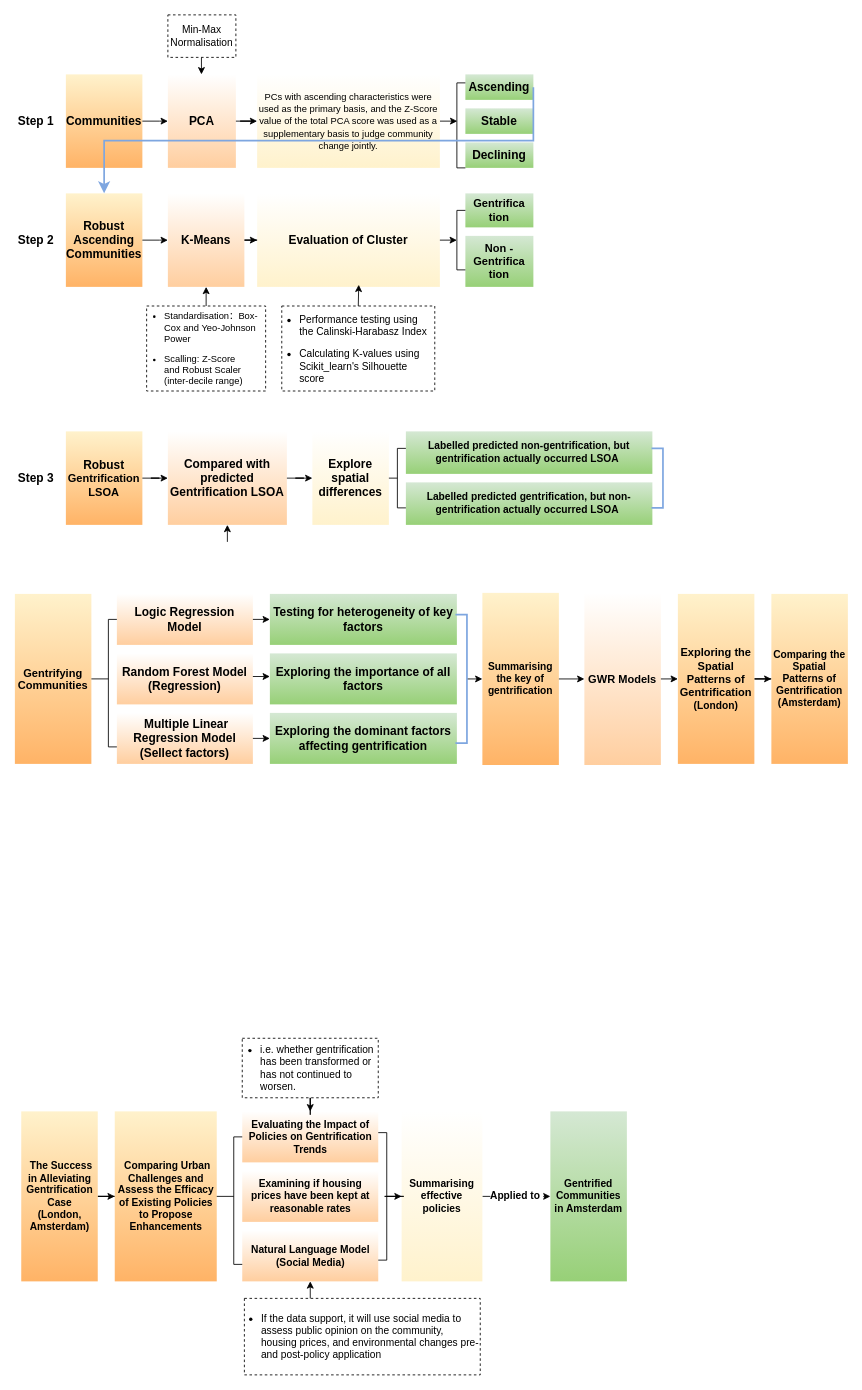
Above: Proposal Diagram.drawio in CindyZ123/case_test (draw.io), before the change. Source tidied: cells renumbered, new cells numbered last; positions are measured from the earlier drawing's top-left corner, leaving out a move shared by most shapes. Both pictures are drawn from the tidied source at 85%, with x=0, y=0 at pixel (14, 14).
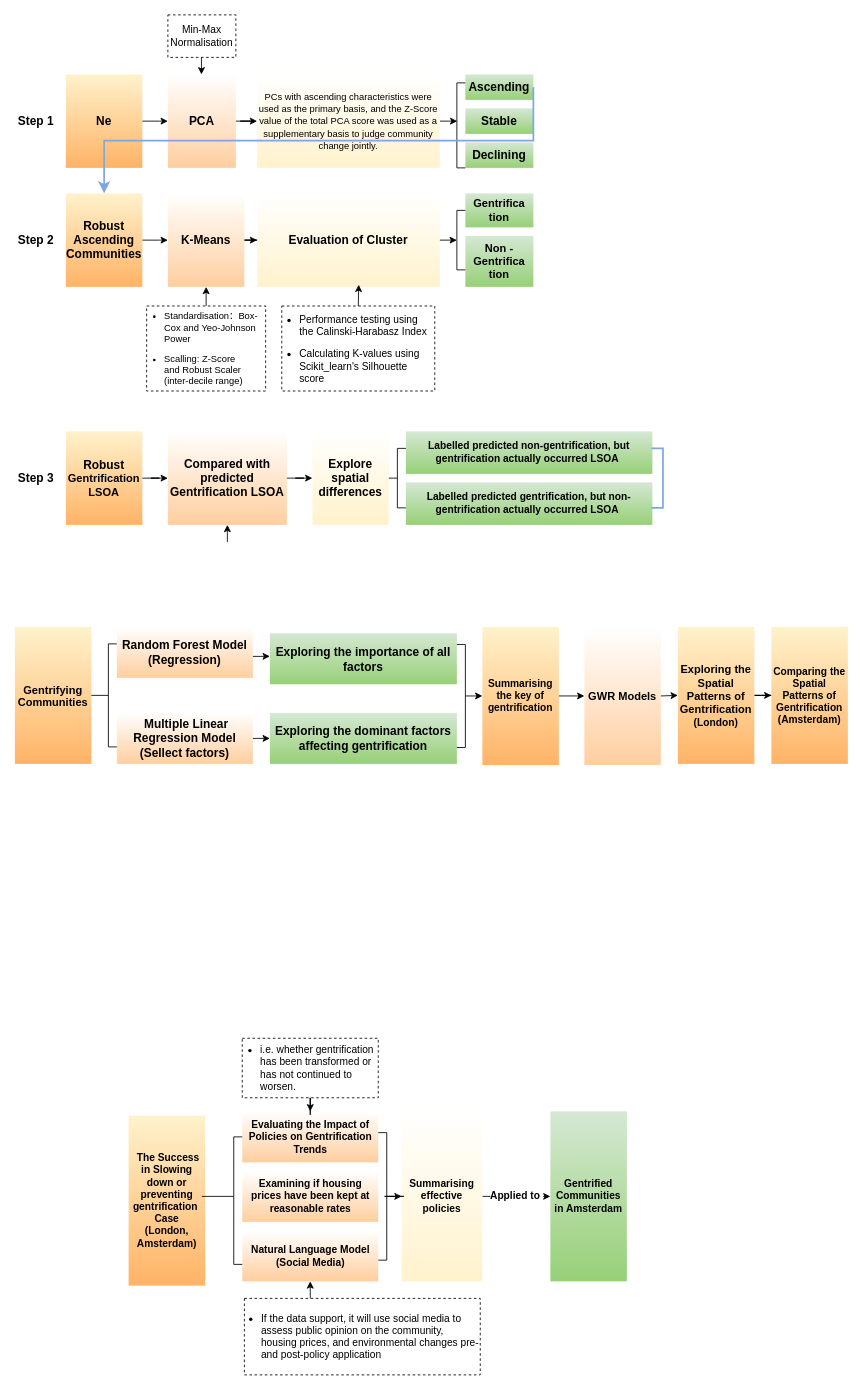
The same page after the edit.

Change to the diagram source:
```diff
@@
-    <mxCell id="5" value="&lt;span style=&quot;font-size: 14px;&quot;&gt;&lt;b&gt;Communities&lt;/b&gt;&lt;/span&gt;" style="rounded=0;whiteSpace=wrap;html=1;fillColor=#fff2cc;strokeColor=none;gradientColor=#FFB366;" parent="1" vertex="1">
+    <mxCell id="5" value="&lt;span style=&quot;font-size: 14px;&quot;&gt;&lt;b&gt;Ne&lt;/b&gt;&lt;/span&gt;" style="rounded=0;whiteSpace=wrap;html=1;fillColor=#fff2cc;strokeColor=none;gradientColor=#FFB366;" parent="1" vertex="1">
       <mxGeometry x="60" y="70" width="90" height="110" as="geometry" />
     </mxCell>
@@
     <mxCell id="42" value="&lt;font style=&quot;&quot;&gt;&lt;b style=&quot;border-color: var(--border-color); font-size: 13px;&quot;&gt;&lt;br style=&quot;border-color: var(--border-color);&quot;&gt;Gentrifying Communities&lt;br style=&quot;border-color: var(--border-color);&quot;&gt;&lt;/b&gt;&lt;br&gt;&lt;/font&gt;" style="rounded=0;whiteSpace=wrap;html=1;fillColor=#fff2cc;strokeColor=none;gradientColor=#FFB366;" parent="1" vertex="1">
-      <mxGeometry y="681.2" width="90" height="200" as="geometry" />
+      <mxGeometry y="720" width="90" height="161.2" as="geometry" />
     </mxCell>
-    <mxCell id="43" value="&lt;span style=&quot;font-size: 14px;&quot;&gt;&lt;b&gt;Logic Regression Model&lt;/b&gt;&lt;/span&gt;" style="whiteSpace=wrap;html=1;fillColor=#FFFFFF;strokeColor=none;rounded=0;gradientColor=#FFCE9F;" parent="1" vertex="1">
-      <mxGeometry x="120" y="681.2" width="160" height="60" as="geometry" />
-    </mxCell>
-    <mxCell id="44" value="&lt;b style=&quot;border-color: var(--border-color);&quot;&gt;&lt;font style=&quot;border-color: var(--border-color); font-size: 14px;&quot;&gt;Testing for heterogeneity of key factors&lt;/font&gt;&lt;/b&gt;" style="rounded=0;whiteSpace=wrap;html=1;fillColor=#D5E8D4;strokeColor=none;gradientColor=#97D077;" parent="1" vertex="1">
-      <mxGeometry x="300" y="681.2" width="220" height="60" as="geometry" />
-    </mxCell>
@@
     <mxCell id="46" style="strokeWidth=1;html=1;shape=mxgraph.flowchart.annotation_1;align=left;" parent="1" vertex="1">
-      <mxGeometry x="110" y="711.2" width="10" height="150" as="geometry" />
+      <mxGeometry x="110" y="740" width="10" height="121.2" as="geometry" />
     </mxCell>
     <mxCell id="47" style="line;strokeWidth=1;html=1;" parent="1" vertex="1">
-      <mxGeometry x="90" y="776.2" width="20" height="10" as="geometry" />
+      <mxGeometry x="90" y="795.6" width="20" height="10" as="geometry" />
     </mxCell>
-    <mxCell id="48" style="endArrow=classic;html=1;rounded=0;exitX=1;exitY=0.5;exitDx=0;exitDy=0;entryX=0;entryY=0.5;entryDx=0;entryDy=0;" parent="1" edge="1" source="43" target="44">
-      <mxGeometry relative="1" as="geometry" />
-    </mxCell>
@@
     <mxCell id="51" value="&lt;b&gt;&lt;font style=&quot;font-size: 13px;&quot;&gt;GWR Models&lt;/font&gt;&lt;/b&gt;" style="whiteSpace=wrap;html=1;fillColor=#FFFFFF;strokeColor=none;rounded=0;gradientColor=#FFCE9F;" parent="1" vertex="1">
-      <mxGeometry x="670" y="680" width="90" height="202.5" as="geometry" />
+      <mxGeometry x="670" y="720" width="90" height="162.5" as="geometry" />
     </mxCell>
@@
-    <mxCell id="53" style="edgeStyle=orthogonalEdgeStyle;rounded=0;jettySize=auto;html=1;exitX=0.5;exitY=1;exitDx=0;exitDy=0;entryX=0;entryY=0.5;entryDx=0;entryDy=0;" parent="1" edge="1" source="54" target="58">
+    <mxCell id="53" style="edgeStyle=orthogonalEdgeStyle;rounded=0;jettySize=auto;html=1;exitX=0;exitY=0.5;exitDx=0;exitDy=0;entryX=0;entryY=0.5;entryDx=0;entryDy=0;exitPerimeter=0;" parent="1" edge="1" source="81" target="58">
       <mxGeometry relative="1" as="geometry" />
     </mxCell>
-    <mxCell id="54" style="shape=partialRectangle;whiteSpace=wrap;html=1;bottom=1;right=1;left=1;top=0;fillColor=none;routingCenterX=-0.5;rotation=-90;strokeColor=#7EA6E0;strokeWidth=2;" parent="1" vertex="1">
-      <mxGeometry x="450" y="775" width="151.2" height="12.5" as="geometry" />
-    </mxCell>
     <mxCell id="55" value="&lt;span style=&quot;font-size: 14px;&quot;&gt;&lt;b&gt;Random Forest Model&lt;br&gt;(Regression)&lt;br&gt;&lt;/b&gt;&lt;/span&gt;" style="whiteSpace=wrap;html=1;fillColor=#FFFFFF;strokeColor=none;rounded=0;gradientColor=#FFCE9F;" parent="1" vertex="1">
-      <mxGeometry x="120" y="751.2" width="160" height="60" as="geometry" />
+      <mxGeometry x="120" y="720" width="160" height="60" as="geometry" />
     </mxCell>
     <mxCell id="56" value="&lt;span style=&quot;font-size: 14px;&quot;&gt;&lt;b&gt;Exploring the importance of all factors&lt;/b&gt;&lt;/span&gt;" style="rounded=0;whiteSpace=wrap;html=1;fillColor=#D5E8D4;strokeColor=none;gradientColor=#97D077;" parent="1" vertex="1">
-      <mxGeometry x="300" y="751.2" width="220" height="60" as="geometry" />
+      <mxGeometry x="300" y="727.5" width="220" height="60" as="geometry" />
     </mxCell>
     <mxCell id="57" style="endArrow=classic;html=1;rounded=0;exitX=1;exitY=0.5;exitDx=0;exitDy=0;entryX=0;entryY=0.5;entryDx=0;entryDy=0;" parent="1" edge="1">
       <mxGeometry relative="1" as="geometry">
-        <mxPoint x="280" y="778.4" as="sourcePoint" />
-        <mxPoint x="300" y="778.4" as="targetPoint" />
+        <mxPoint x="280" y="754.7" as="sourcePoint" />
+        <mxPoint x="300" y="754.7" as="targetPoint" />
       </mxGeometry>
     </mxCell>
     <mxCell id="58" value="&lt;font style=&quot;&quot;&gt;&lt;b&gt;Summarising the key of gentrification&lt;/b&gt;&lt;br&gt;&lt;/font&gt;" style="rounded=0;whiteSpace=wrap;html=1;fillColor=#fff2cc;strokeColor=none;gradientColor=#FFB366;" parent="1" vertex="1">
-      <mxGeometry x="550" y="680" width="90" height="202.5" as="geometry" />
+      <mxGeometry x="550" y="720" width="90" height="162.5" as="geometry" />
     </mxCell>
@@
     <mxCell id="60" value="&lt;font style=&quot;&quot;&gt;&lt;b&gt;&lt;span style=&quot;border-color: var(--border-color);&quot;&gt;&lt;font style=&quot;border-color: var(--border-color); font-size: 13px;&quot;&gt;Exploring the Spatial Patterns of Gentrification&lt;br&gt;&lt;/font&gt;&lt;/span&gt;(London)&lt;/b&gt;&lt;br&gt;&lt;/font&gt;" style="rounded=0;whiteSpace=wrap;html=1;fillColor=#fff2cc;strokeColor=none;gradientColor=#FFB366;" parent="1" vertex="1">
-      <mxGeometry x="780" y="681.2" width="90" height="200" as="geometry" />
+      <mxGeometry x="780" y="720" width="90" height="161.2" as="geometry" />
     </mxCell>
@@
     <mxCell id="63" value="&lt;b&gt;Comparing the Spatial Patterns of Gentrification&lt;br&gt;(Amsterdam)&lt;/b&gt;" style="whiteSpace=wrap;html=1;fillColor=#fff2cc;strokeColor=none;rounded=0;gradientColor=#FFB366;" parent="1" vertex="1">
-      <mxGeometry x="890" y="681.2" width="90" height="200" as="geometry" />
+      <mxGeometry x="890" y="720" width="90" height="161.2" as="geometry" />
     </mxCell>
-    <mxCell id="64" style="edgeStyle=orthogonalEdgeStyle;rounded=0;jettySize=auto;html=1;" parent="1" edge="1" source="65" target="66">
-      <mxGeometry relative="1" as="geometry" />
-    </mxCell>
-    <mxCell id="65" value="&lt;font style=&quot;&quot;&gt;&lt;b&gt;&amp;nbsp;The Success in Alleviating Gentrification Case&lt;br&gt;(London, Amsterdam)&lt;/b&gt;&lt;br&gt;&lt;/font&gt;" style="rounded=0;whiteSpace=wrap;html=1;fillColor=#fff2cc;strokeColor=none;gradientColor=#FFB366;" parent="1" vertex="1">
-      <mxGeometry x="7.5" y="1290" width="90" height="200" as="geometry" />
+    <mxCell id="65" value="&lt;font style=&quot;&quot;&gt;&lt;b&gt;&amp;nbsp;The Success in Slowing down or preventing gentrification&amp;nbsp;&lt;/b&gt;&lt;/font&gt;&lt;div&gt;&lt;font style=&quot;&quot;&gt;&lt;b&gt;Case&lt;/b&gt;&lt;br&gt;&lt;b&gt;(London, Amsterdam)&lt;/b&gt;&lt;br&gt;&lt;/font&gt;&lt;/div&gt;" style="rounded=0;whiteSpace=wrap;html=1;fillColor=#fff2cc;strokeColor=none;gradientColor=#FFB366;" parent="1" vertex="1">
+      <mxGeometry x="133.8" y="1295" width="90" height="200" as="geometry" />
     </mxCell>
-    <mxCell id="66" value="&lt;b&gt;&amp;nbsp;Comparing Urban Challenges and Assess the Efficacy of Existing Policies to Propose Enhancements&lt;/b&gt;" style="whiteSpace=wrap;html=1;fillColor=#fff2cc;strokeColor=none;rounded=0;gradientColor=#FFB366;" parent="1" vertex="1">
-      <mxGeometry x="117.5" y="1290" width="120" height="200" as="geometry" />
-    </mxCell>
@@
     <mxCell id="75" style="line;strokeWidth=1;html=1;" parent="1" vertex="1">
-      <mxGeometry x="237.5" y="1385" width="20" height="10" as="geometry" />
+      <mxGeometry x="220" y="1385" width="37.5" height="10" as="geometry" />
     </mxCell>
@@
+    <mxCell id="81" style="strokeWidth=1;html=1;shape=mxgraph.flowchart.annotation_1;align=left;direction=south;rotation=90;" parent="1" vertex="1">
+      <mxGeometry x="464.4" y="796.3" width="121.2" height="10" as="geometry" />
+    </mxCell>
```
